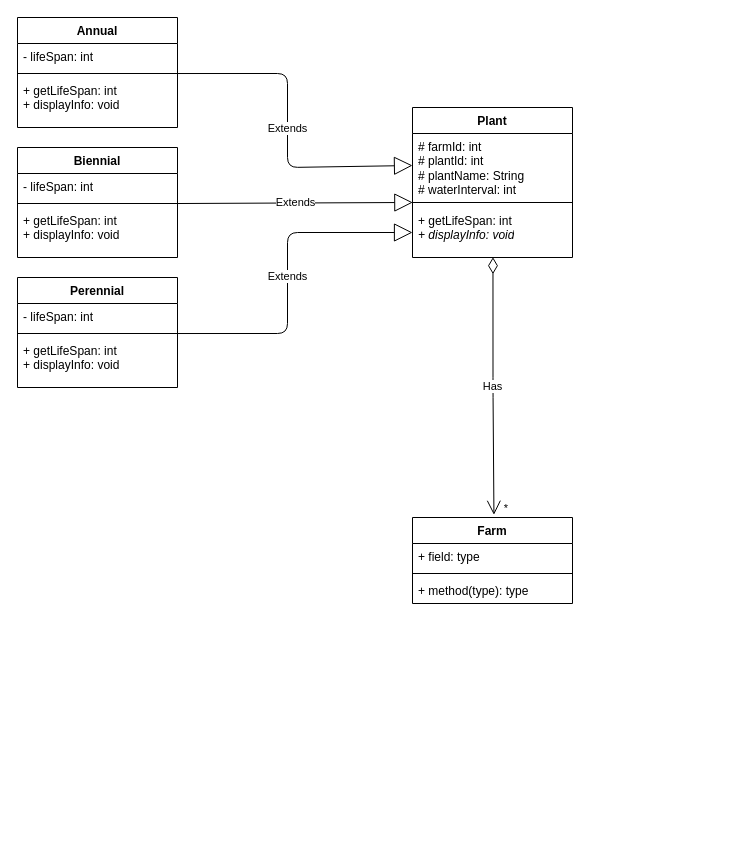
Above: src/UML Diagram/diagram.drawio in SACHSTech/2-14-oop-design-project-Jacky-Ho0429 (draw.io), before the change. Source tidied: cells renumbered, new cells numbered last; positions are measured from the earlier drawing's top-left corner, leaving out a move shared by most shapes. Both pictures are drawn from the tidied source at 100%, with x=0, y=0 at pixel (17, 17).
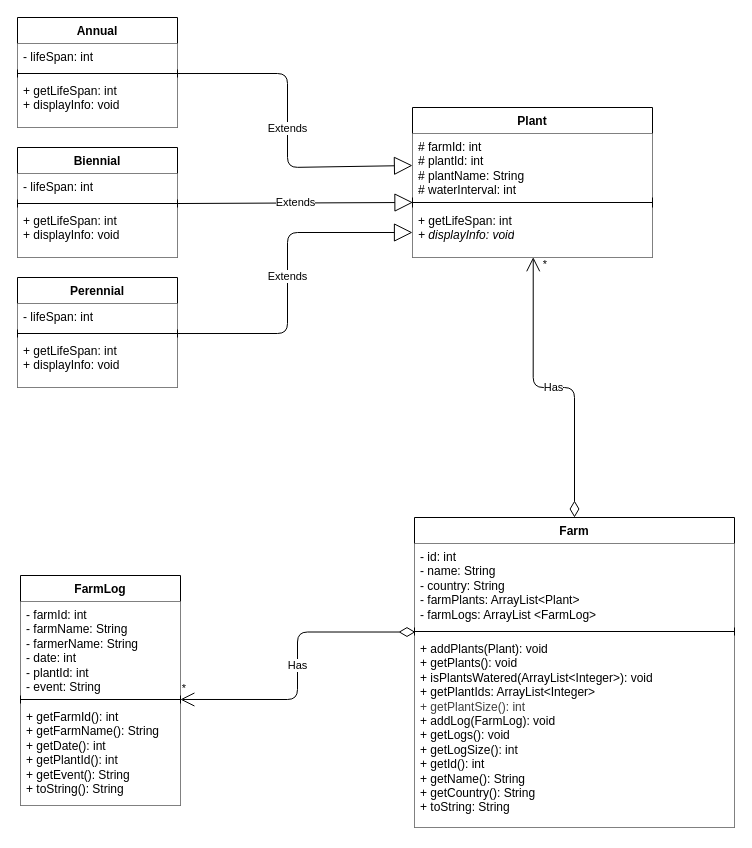
The same diagram, later.

Commit message (it also covers changes not shown here):
Completed UML Diagram, and added to README.

Change to the diagram source:
```diff
@@
-<mxGraphModel>
+<mxGraphModel background="#FFFFFF">
@@
-    <mxCell id="2" value="Annual" style="swimlane;fontStyle=1;align=center;verticalAlign=top;horizontal=1;startSize=26;whiteSpace=wrap;html=1;" parent="1" vertex="1">
+    <mxCell id="2" value="Annual" style="swimlane;fontStyle=1;align=center;verticalAlign=top;horizontal=1;startSize=26;whiteSpace=wrap;html=1;fontColor=default;fillColor=default;" parent="1" vertex="1">
       <mxGeometry width="160" height="110" as="geometry" />
     </mxCell>
-    <mxCell id="3" value="- lifeSpan: int" style="text;strokeColor=none;fillColor=none;align=left;verticalAlign=top;spacingLeft=4;spacingRight=4;overflow=hidden;whiteSpace=wrap;html=1;" parent="2" vertex="1">
+    <mxCell id="3" value="- lifeSpan: int" style="text;strokeColor=none;fillColor=default;align=left;verticalAlign=top;spacingLeft=4;spacingRight=4;overflow=hidden;whiteSpace=wrap;html=1;fontColor=default;" parent="2" vertex="1">
       <mxGeometry y="26" width="160" height="26" as="geometry" />
     </mxCell>
-    <mxCell id="4" style="line;strokeWidth=1;fillColor=none;align=left;verticalAlign=middle;spacingTop=-1;spacingLeft=3;spacingRight=3;labelPosition=right;points=[];portConstraint=eastwest;strokeColor=inherit;" parent="2" vertex="1">
+    <mxCell id="4" style="line;strokeWidth=1;fillColor=default;align=left;verticalAlign=middle;spacingTop=-1;spacingLeft=3;spacingRight=3;labelPosition=right;points=[];portConstraint=eastwest;strokeColor=inherit;fontColor=default;" parent="2" vertex="1">
       <mxGeometry y="52" width="160" height="8" as="geometry" />
     </mxCell>
-    <mxCell id="5" value="+ getLifeSpan: int&lt;div&gt;+ displayInfo: void&lt;/div&gt;" style="text;strokeColor=none;fillColor=none;align=left;verticalAlign=top;spacingLeft=4;spacingRight=4;overflow=hidden;whiteSpace=wrap;html=1;" parent="2" vertex="1">
+    <mxCell id="5" value="+ getLifeSpan: int&lt;div&gt;+ displayInfo: void&lt;/div&gt;" style="text;strokeColor=none;fillColor=default;align=left;verticalAlign=top;spacingLeft=4;spacingRight=4;overflow=hidden;whiteSpace=wrap;html=1;fontColor=default;" parent="2" vertex="1">
       <mxGeometry y="60" width="160" height="50" as="geometry" />
     </mxCell>
-    <mxCell id="6" value="Biennial" style="swimlane;fontStyle=1;align=center;verticalAlign=top;horizontal=1;startSize=26;whiteSpace=wrap;html=1;" parent="1" vertex="1">
+    <mxCell id="6" value="Biennial" style="swimlane;fontStyle=1;align=center;verticalAlign=top;horizontal=1;startSize=26;whiteSpace=wrap;html=1;fontColor=default;fillColor=default;" parent="1" vertex="1">
       <mxGeometry y="130" width="160" height="110" as="geometry" />
     </mxCell>
-    <mxCell id="7" value="- lifeSpan: int" style="text;strokeColor=none;fillColor=none;align=left;verticalAlign=top;spacingLeft=4;spacingRight=4;overflow=hidden;whiteSpace=wrap;html=1;" parent="6" vertex="1">
+    <mxCell id="7" value="- lifeSpan: int" style="text;strokeColor=none;fillColor=default;align=left;verticalAlign=top;spacingLeft=4;spacingRight=4;overflow=hidden;whiteSpace=wrap;html=1;fontColor=default;" parent="6" vertex="1">
       <mxGeometry y="26" width="160" height="26" as="geometry" />
     </mxCell>
-    <mxCell id="8" style="line;strokeWidth=1;fillColor=none;align=left;verticalAlign=middle;spacingTop=-1;spacingLeft=3;spacingRight=3;labelPosition=right;points=[];portConstraint=eastwest;strokeColor=inherit;" parent="6" vertex="1">
+    <mxCell id="8" style="line;strokeWidth=1;fillColor=default;align=left;verticalAlign=middle;spacingTop=-1;spacingLeft=3;spacingRight=3;labelPosition=right;points=[];portConstraint=eastwest;strokeColor=inherit;fontColor=default;" parent="6" vertex="1">
       <mxGeometry y="52" width="160" height="8" as="geometry" />
     </mxCell>
-    <mxCell id="9" value="+ getLifeSpan: int&lt;div&gt;+ displayInfo: void&lt;/div&gt;" style="text;strokeColor=none;fillColor=none;align=left;verticalAlign=top;spacingLeft=4;spacingRight=4;overflow=hidden;whiteSpace=wrap;html=1;" parent="6" vertex="1">
+    <mxCell id="9" value="+ getLifeSpan: int&lt;div&gt;+ displayInfo: void&lt;/div&gt;" style="text;strokeColor=none;fillColor=default;align=left;verticalAlign=top;spacingLeft=4;spacingRight=4;overflow=hidden;whiteSpace=wrap;html=1;fontColor=default;" parent="6" vertex="1">
       <mxGeometry y="60" width="160" height="50" as="geometry" />
     </mxCell>
-    <mxCell id="10" value="Perennial" style="swimlane;fontStyle=1;align=center;verticalAlign=top;horizontal=1;startSize=26;whiteSpace=wrap;html=1;" parent="1" vertex="1">
+    <mxCell id="10" value="Perennial" style="swimlane;fontStyle=1;align=center;verticalAlign=top;horizontal=1;startSize=26;whiteSpace=wrap;html=1;fontColor=default;fillColor=default;" parent="1" vertex="1">
       <mxGeometry y="260" width="160" height="110" as="geometry" />
     </mxCell>
-    <mxCell id="11" value="- lifeSpan: int" style="text;strokeColor=none;fillColor=none;align=left;verticalAlign=top;spacingLeft=4;spacingRight=4;overflow=hidden;whiteSpace=wrap;html=1;" parent="10" vertex="1">
+    <mxCell id="11" value="- lifeSpan: int" style="text;strokeColor=none;fillColor=default;align=left;verticalAlign=top;spacingLeft=4;spacingRight=4;overflow=hidden;whiteSpace=wrap;html=1;fontColor=default;" parent="10" vertex="1">
       <mxGeometry y="26" width="160" height="26" as="geometry" />
     </mxCell>
-    <mxCell id="12" style="line;strokeWidth=1;fillColor=none;align=left;verticalAlign=middle;spacingTop=-1;spacingLeft=3;spacingRight=3;labelPosition=right;points=[];portConstraint=eastwest;strokeColor=inherit;" parent="10" vertex="1">
+    <mxCell id="12" style="line;strokeWidth=1;fillColor=default;align=left;verticalAlign=middle;spacingTop=-1;spacingLeft=3;spacingRight=3;labelPosition=right;points=[];portConstraint=eastwest;strokeColor=inherit;fontColor=default;" parent="10" vertex="1">
       <mxGeometry y="52" width="160" height="8" as="geometry" />
     </mxCell>
-    <mxCell id="13" value="+ getLifeSpan: int&lt;div&gt;+ displayInfo: void&lt;/div&gt;" style="text;strokeColor=none;fillColor=none;align=left;verticalAlign=top;spacingLeft=4;spacingRight=4;overflow=hidden;whiteSpace=wrap;html=1;" parent="10" vertex="1">
+    <mxCell id="13" value="+ getLifeSpan: int&lt;div&gt;+ displayInfo: void&lt;/div&gt;" style="text;strokeColor=none;fillColor=default;align=left;verticalAlign=top;spacingLeft=4;spacingRight=4;overflow=hidden;whiteSpace=wrap;html=1;fontColor=default;" parent="10" vertex="1">
       <mxGeometry y="60" width="160" height="50" as="geometry" />
     </mxCell>
-    <mxCell id="14" value="Extends" style="endArrow=block;endSize=16;endFill=0;html=1;exitX=0.998;exitY=0.502;exitDx=0;exitDy=0;exitPerimeter=0;entryX=0;entryY=0.5;entryDx=0;entryDy=0;" parent="1" edge="1" source="4" target="18">
+    <mxCell id="14" value="Extends" style="endArrow=block;endSize=16;endFill=0;html=1;exitX=0.998;exitY=0.502;exitDx=0;exitDy=0;exitPerimeter=0;entryX=0;entryY=0.5;entryDx=0;entryDy=0;fontColor=default;" parent="1" edge="1" source="4" target="18">
       <mxGeometry relative="1" as="geometry">
         <Array as="points">
           <mxPoint x="270" y="56" />
           <mxPoint x="270" y="150" />
         </Array>
       </mxGeometry>
     </mxCell>
-    <mxCell id="15" value="Extends" style="endArrow=block;endSize=16;endFill=0;html=1;exitX=0.998;exitY=0.502;exitDx=0;exitDy=0;exitPerimeter=0;entryX=0.002;entryY=0.497;entryDx=0;entryDy=0;entryPerimeter=0;" parent="1" edge="1" source="8" target="19">
+    <mxCell id="15" value="Extends" style="endArrow=block;endSize=16;endFill=0;html=1;exitX=0.998;exitY=0.502;exitDx=0;exitDy=0;exitPerimeter=0;entryX=0.002;entryY=0.497;entryDx=0;entryDy=0;entryPerimeter=0;fontColor=default;" parent="1" edge="1" source="8" target="19">
       <mxGeometry relative="1" as="geometry" />
     </mxCell>
-    <mxCell id="16" value="Extends" style="endArrow=block;endSize=16;endFill=0;html=1;exitX=0.997;exitY=0.502;exitDx=0;exitDy=0;exitPerimeter=0;entryX=0;entryY=0.5;entryDx=0;entryDy=0;" parent="1" edge="1" source="12" target="20">
+    <mxCell id="16" value="Extends" style="endArrow=block;endSize=16;endFill=0;html=1;exitX=0.997;exitY=0.502;exitDx=0;exitDy=0;exitPerimeter=0;entryX=0;entryY=0.5;entryDx=0;entryDy=0;fontColor=default;" parent="1" edge="1" source="12" target="20">
       <mxGeometry x="-0.01" relative="1" as="geometry">
         <Array as="points">
           <mxPoint x="270" y="316" />
           <mxPoint x="270" y="215" />
         </Array>
       </mxGeometry>
     </mxCell>
-    <mxCell id="17" value="Plant" style="swimlane;fontStyle=1;align=center;verticalAlign=top;horizontal=1;startSize=26;whiteSpace=wrap;html=1;" parent="1" vertex="1">
-      <mxGeometry x="395" y="90" width="160" height="150" as="geometry" />
+    <mxCell id="17" value="Plant" style="swimlane;fontStyle=1;align=center;verticalAlign=top;horizontal=1;startSize=26;whiteSpace=wrap;html=1;fontColor=default;fillColor=default;" parent="1" vertex="1">
+      <mxGeometry x="395" y="90" width="240" height="150" as="geometry" />
     </mxCell>
-    <mxCell id="18" value="&lt;font&gt;# farmId: int&lt;/font&gt;&lt;div&gt;&lt;font&gt;# plantId: int&lt;/font&gt;&lt;/div&gt;&lt;div&gt;&lt;font&gt;# plantName: String&lt;br&gt;# waterInterval: int&amp;nbsp;&lt;/font&gt;&lt;/div&gt;" style="text;strokeColor=none;fillColor=none;align=left;verticalAlign=top;spacingLeft=4;spacingRight=4;overflow=hidden;points=[[0,0.5],[1,0.5]];portConstraint=eastwest;whiteSpace=wrap;html=1;" parent="17" vertex="1">
-      <mxGeometry y="26" width="160" height="64" as="geometry" />
+    <mxCell id="18" value="&lt;font&gt;# farmId: int&lt;/font&gt;&lt;div&gt;&lt;font&gt;# plantId: int&lt;/font&gt;&lt;/div&gt;&lt;div&gt;&lt;font&gt;# plantName: String&lt;br&gt;# waterInterval: int&amp;nbsp;&lt;/font&gt;&lt;/div&gt;" style="text;strokeColor=none;fillColor=default;align=left;verticalAlign=top;spacingLeft=4;spacingRight=4;overflow=hidden;points=[[0,0.5],[1,0.5]];portConstraint=eastwest;whiteSpace=wrap;html=1;fontColor=default;" parent="17" vertex="1">
+      <mxGeometry y="26" width="240" height="64" as="geometry" />
     </mxCell>
-    <mxCell id="19" style="line;strokeWidth=1;fillColor=none;align=left;verticalAlign=middle;spacingTop=-1;spacingLeft=3;spacingRight=3;labelPosition=right;points=[];portConstraint=eastwest;strokeColor=inherit;" parent="17" vertex="1">
-      <mxGeometry y="90" width="160" height="10" as="geometry" />
+    <mxCell id="19" style="line;strokeWidth=1;fillColor=default;align=left;verticalAlign=middle;spacingTop=-1;spacingLeft=3;spacingRight=3;labelPosition=right;points=[];portConstraint=eastwest;strokeColor=inherit;fontColor=default;" parent="17" vertex="1">
+      <mxGeometry y="90" width="240" height="10" as="geometry" />
     </mxCell>
-    <mxCell id="20" value="+ getLifeSpan: int&lt;div&gt;&lt;i&gt;+ displayInfo: void&lt;/i&gt;&lt;/div&gt;" style="text;strokeColor=none;fillColor=none;align=left;verticalAlign=top;spacingLeft=4;spacingRight=4;overflow=hidden;points=[[0,0.5],[1,0.5]];portConstraint=eastwest;whiteSpace=wrap;html=1;" parent="17" vertex="1">
-      <mxGeometry y="100" width="160" height="50" as="geometry" />
+    <mxCell id="20" value="+ getLifeSpan: int&lt;div&gt;&lt;i&gt;+ displayInfo: void&lt;/i&gt;&lt;/div&gt;" style="text;strokeColor=none;fillColor=default;align=left;verticalAlign=top;spacingLeft=4;spacingRight=4;overflow=hidden;points=[[0,0.5],[1,0.5]];portConstraint=eastwest;whiteSpace=wrap;html=1;fontColor=default;" parent="17" vertex="1">
+      <mxGeometry y="100" width="240" height="50" as="geometry" />
     </mxCell>
-    <mxCell id="21" value="Farm" style="swimlane;fontStyle=1;align=center;verticalAlign=top;horizontal=1;startSize=26;whiteSpace=wrap;html=1;" parent="1" vertex="1">
-      <mxGeometry x="395" y="500" width="160" height="86" as="geometry" />
+    <mxCell id="21" value="Farm" style="swimlane;fontStyle=1;align=center;verticalAlign=top;horizontal=1;startSize=26;whiteSpace=wrap;html=1;fontColor=default;fillColor=default;" parent="1" vertex="1">
+      <mxGeometry x="397" y="500" width="320" height="310" as="geometry" />
     </mxCell>
-    <mxCell id="22" value="+ field: type" style="text;strokeColor=none;fillColor=none;align=left;verticalAlign=top;spacingLeft=4;spacingRight=4;overflow=hidden;whiteSpace=wrap;html=1;" parent="21" vertex="1">
-      <mxGeometry y="26" width="160" height="26" as="geometry" />
+    <mxCell id="22" value="- id: int&lt;div&gt;&lt;font&gt;- name: String&lt;/font&gt;&lt;/div&gt;&lt;div&gt;&lt;font&gt;- country: String&lt;/font&gt;&lt;/div&gt;&lt;div&gt;&lt;font&gt;- farmPlants: ArrayList&amp;lt;Plant&amp;gt;&lt;/font&gt;&lt;/div&gt;&lt;div&gt;&lt;font&gt;- farmLogs: ArrayList &amp;lt;FarmLog&amp;gt;&lt;/font&gt;&lt;/div&gt;&lt;div&gt;&lt;div&gt;&lt;br&gt;&lt;/div&gt;&lt;/div&gt;" style="text;strokeColor=none;fillColor=default;align=left;verticalAlign=top;spacingLeft=4;spacingRight=4;overflow=hidden;whiteSpace=wrap;html=1;fontColor=default;" parent="21" vertex="1">
+      <mxGeometry y="26" width="320" height="84" as="geometry" />
     </mxCell>
-    <mxCell id="23" style="line;strokeWidth=1;fillColor=none;align=left;verticalAlign=middle;spacingTop=-1;spacingLeft=3;spacingRight=3;labelPosition=right;points=[];portConstraint=eastwest;strokeColor=inherit;" parent="21" vertex="1">
-      <mxGeometry y="52" width="160" height="8" as="geometry" />
+    <mxCell id="23" style="line;strokeWidth=1;fillColor=default;align=left;verticalAlign=middle;spacingTop=-1;spacingLeft=3;spacingRight=3;labelPosition=right;points=[];portConstraint=eastwest;strokeColor=inherit;fontColor=default;" parent="21" vertex="1">
+      <mxGeometry y="110" width="320" height="8" as="geometry" />
     </mxCell>
-    <mxCell id="24" value="+ method(type): type" style="text;strokeColor=none;fillColor=none;align=left;verticalAlign=top;spacingLeft=4;spacingRight=4;overflow=hidden;whiteSpace=wrap;html=1;" parent="21" vertex="1">
-      <mxGeometry y="60" width="160" height="26" as="geometry" />
+    <mxCell id="24" value="+ addPlants(Plant): void&lt;div&gt;+ getPlants(): void&lt;/div&gt;&lt;div&gt;+ isPlantsWatered(ArrayList&amp;lt;Integer&amp;gt;): void&lt;/div&gt;&lt;div&gt;+ getPlantIds: ArrayList&amp;lt;Integer&amp;gt;&lt;/div&gt;&lt;div&gt;&lt;span style=&quot;color: rgb(63, 63, 63);&quot;&gt;+ getPlantSize(): int&lt;/span&gt;&lt;/div&gt;&lt;div&gt;+ addLog(FarmLog): void&lt;/div&gt;&lt;div&gt;+ getLogs(): void&lt;/div&gt;&lt;div&gt;+ getLogSize(): int&lt;/div&gt;&lt;div&gt;+ getId(): int&lt;/div&gt;&lt;div&gt;+ getName(): String&lt;/div&gt;&lt;div&gt;+ getCountry(): String&lt;/div&gt;&lt;div&gt;+ toString: String&lt;/div&gt;&lt;div&gt;&lt;br&gt;&lt;/div&gt;" style="text;strokeColor=none;fillColor=default;align=left;verticalAlign=top;spacingLeft=4;spacingRight=4;overflow=hidden;whiteSpace=wrap;html=1;fontColor=default;" parent="21" vertex="1">
+      <mxGeometry y="118" width="320" height="192" as="geometry" />
     </mxCell>
-    <mxCell id="25" value="Has" style="endArrow=open;html=1;endSize=12;startArrow=diamondThin;startSize=14;startFill=0;edgeStyle=orthogonalEdgeStyle;exitX=0.503;exitY=0.994;exitDx=0;exitDy=0;exitPerimeter=0;entryX=0.509;entryY=-0.031;entryDx=0;entryDy=0;entryPerimeter=0;" parent="1" edge="1" source="20" target="21">
+    <mxCell id="25" value="Has" style="endArrow=open;html=1;endSize=12;startArrow=diamondThin;startSize=14;startFill=0;edgeStyle=orthogonalEdgeStyle;exitX=0.5;exitY=0;exitDx=0;exitDy=0;entryX=0.503;entryY=0.994;entryDx=0;entryDy=0;entryPerimeter=0;fontColor=default;" parent="1" edge="1" source="21" target="20">
       <mxGeometry relative="1" as="geometry" />
     </mxCell>
-    <mxCell id="26" value="*" style="edgeLabel;html=1;align=right;verticalAlign=top;" parent="25" vertex="1">
+    <mxCell id="26" value="*" style="edgeLabel;html=1;align=right;verticalAlign=top;fontColor=default;fillColor=default;" parent="25" vertex="1">
       <mxGeometry x="1" relative="1" as="geometry">
-        <mxPoint x="15" y="-20" as="offset" />
+        <mxPoint x="14" y="-5" as="offset" />
       </mxGeometry>
     </mxCell>
+    <mxCell id="27" value="FarmLog" style="swimlane;fontStyle=1;align=center;verticalAlign=top;horizontal=1;startSize=26;whiteSpace=wrap;html=1;fontColor=default;fillColor=default;" parent="1" vertex="1">
+      <mxGeometry x="3" y="558" width="160" height="230" as="geometry" />
+    </mxCell>
+    <mxCell id="28" value="- farmId: int&lt;div&gt;- farmName: String&lt;/div&gt;&lt;div&gt;- farmerName: String&lt;/div&gt;&lt;div&gt;- date: int&lt;/div&gt;&lt;div&gt;- plantId: int&lt;/div&gt;&lt;div&gt;- event: String&lt;/div&gt;" style="text;strokeColor=none;fillColor=default;align=left;verticalAlign=top;spacingLeft=4;spacingRight=4;overflow=hidden;whiteSpace=wrap;html=1;fontColor=default;" parent="27" vertex="1">
+      <mxGeometry y="26" width="160" height="94" as="geometry" />
+    </mxCell>
+    <mxCell id="29" style="line;strokeWidth=1;fillColor=default;align=left;verticalAlign=middle;spacingTop=-1;spacingLeft=3;spacingRight=3;labelPosition=right;points=[];portConstraint=eastwest;strokeColor=inherit;fontColor=default;" parent="27" vertex="1">
+      <mxGeometry y="120" width="160" height="8" as="geometry" />
+    </mxCell>
+    <mxCell id="30" value="+ getFarmId(): int&lt;div&gt;+ getFarmName(): String&lt;/div&gt;&lt;div&gt;+ getDate(): int&lt;/div&gt;&lt;div&gt;+ getPlantId(): int&lt;/div&gt;&lt;div&gt;+ getEvent(): String&lt;/div&gt;&lt;div&gt;+ toString(): String&lt;/div&gt;" style="text;strokeColor=none;fillColor=default;align=left;verticalAlign=top;spacingLeft=4;spacingRight=4;overflow=hidden;whiteSpace=wrap;html=1;fontColor=default;" parent="27" vertex="1">
+      <mxGeometry y="128" width="160" height="102" as="geometry" />
+    </mxCell>
+    <mxCell id="31" value="Has" style="endArrow=open;html=1;endSize=12;startArrow=diamondThin;startSize=14;startFill=0;edgeStyle=orthogonalEdgeStyle;entryX=0.999;entryY=0.499;entryDx=0;entryDy=0;entryPerimeter=0;exitX=0.003;exitY=0.567;exitDx=0;exitDy=0;exitPerimeter=0;fontColor=default;" parent="1" edge="1" source="23" target="29">
+      <mxGeometry relative="1" as="geometry" />
+    </mxCell>
+    <mxCell id="32" value="*" style="edgeLabel;html=1;align=right;verticalAlign=top;fontColor=default;fillColor=default;" parent="31" vertex="1">
+      <mxGeometry x="1" relative="1" as="geometry">
+        <mxPoint x="7" y="-24" as="offset" />
+      </mxGeometry>
+    </mxCell>
```
